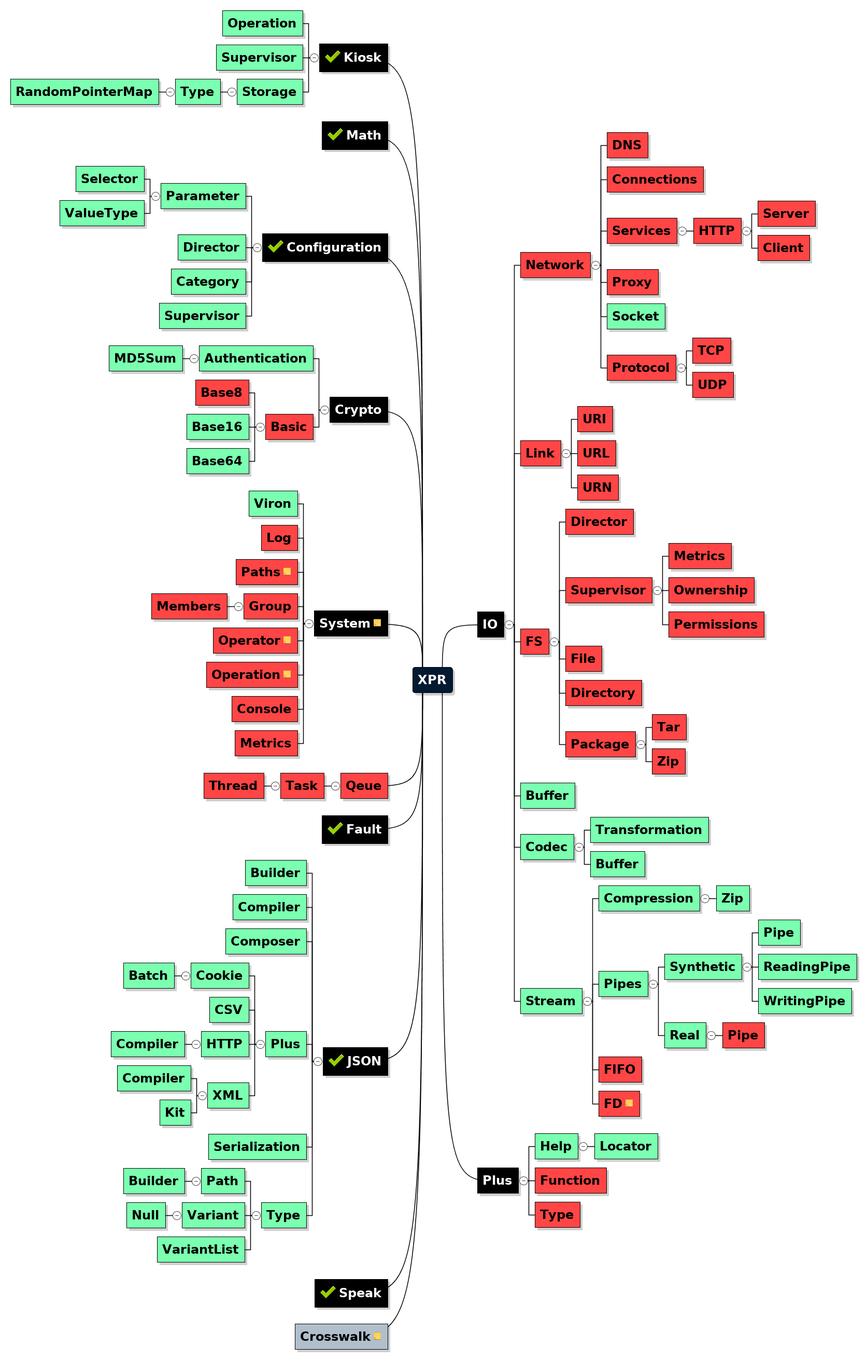
Above: XPR-MAP.png in hypersoft/XPR (Mermaid), before the change. Its source is kept beside it as XPR-MAP.mmd.
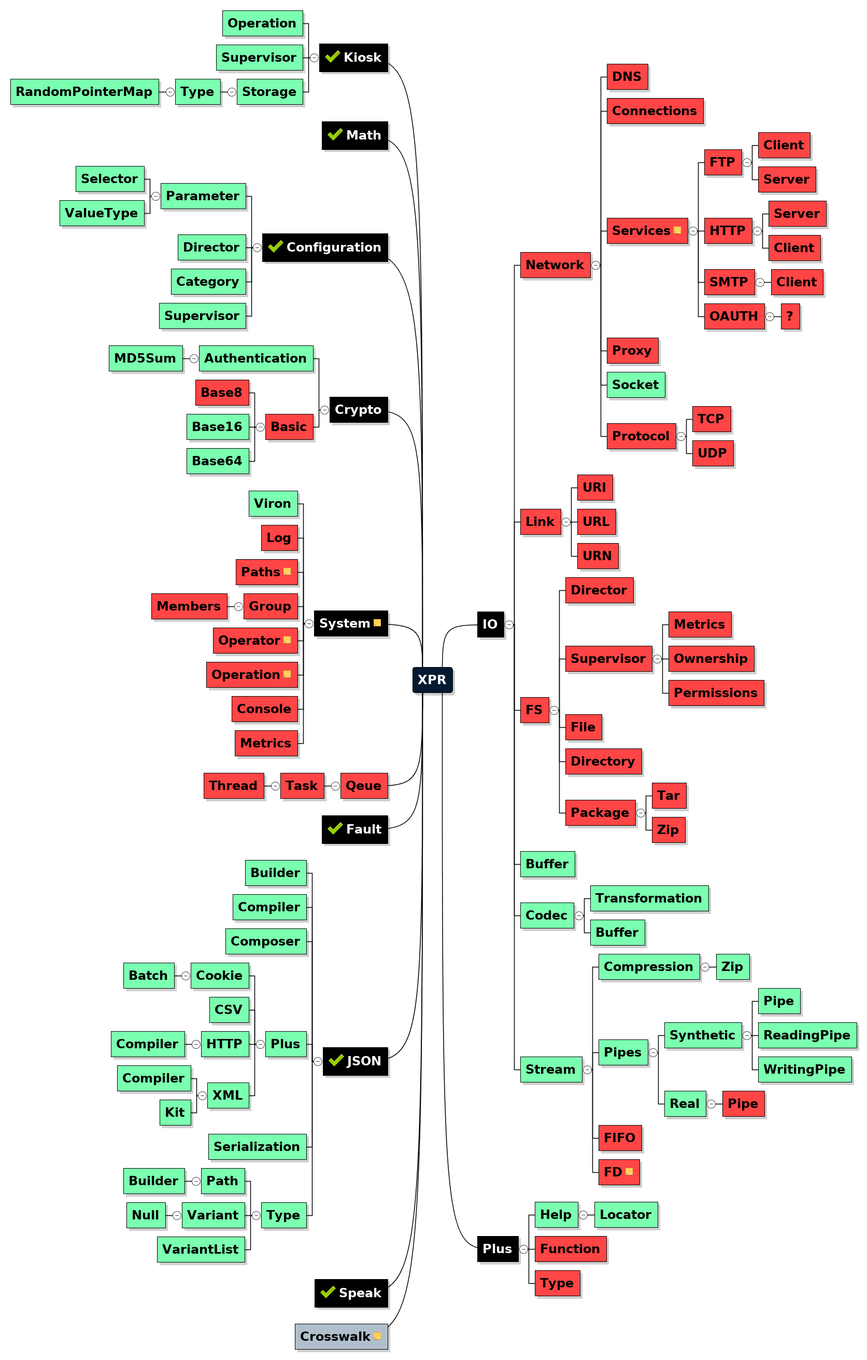
The same file after the commit.

Commit message:
trial-layout-overview for XPR.IO.Network.Services

The edit, as a diff of the source:
```diff
@@ -79,6 +79,23 @@
 #### Services
 > fillColor=`#FF4545`
 
+- NOTE
+<pre>The services listed here, may or may not be permanent.
+
+With a full socket-stream, buffering and threading-stack, this stuff is not beyond
+the reach of someone who knows the RFCs.</pre>
+
+##### FTP
+> fillColor=`#FF4545`
+
+
+###### Client
+> fillColor=`#FF4545`
+
+
+###### Server
+> fillColor=`#FF4545`
+
 
 ##### HTTP
 > fillColor=`#FF4545`
@@ -97,6 +114,14 @@
 
 
 ###### Client
+> fillColor=`#FF4545`
+
+
+##### OAUTH
+> fillColor=`#FF4545`
+
+
+###### ?
 > fillColor=`#FF4545`
 
 
```
